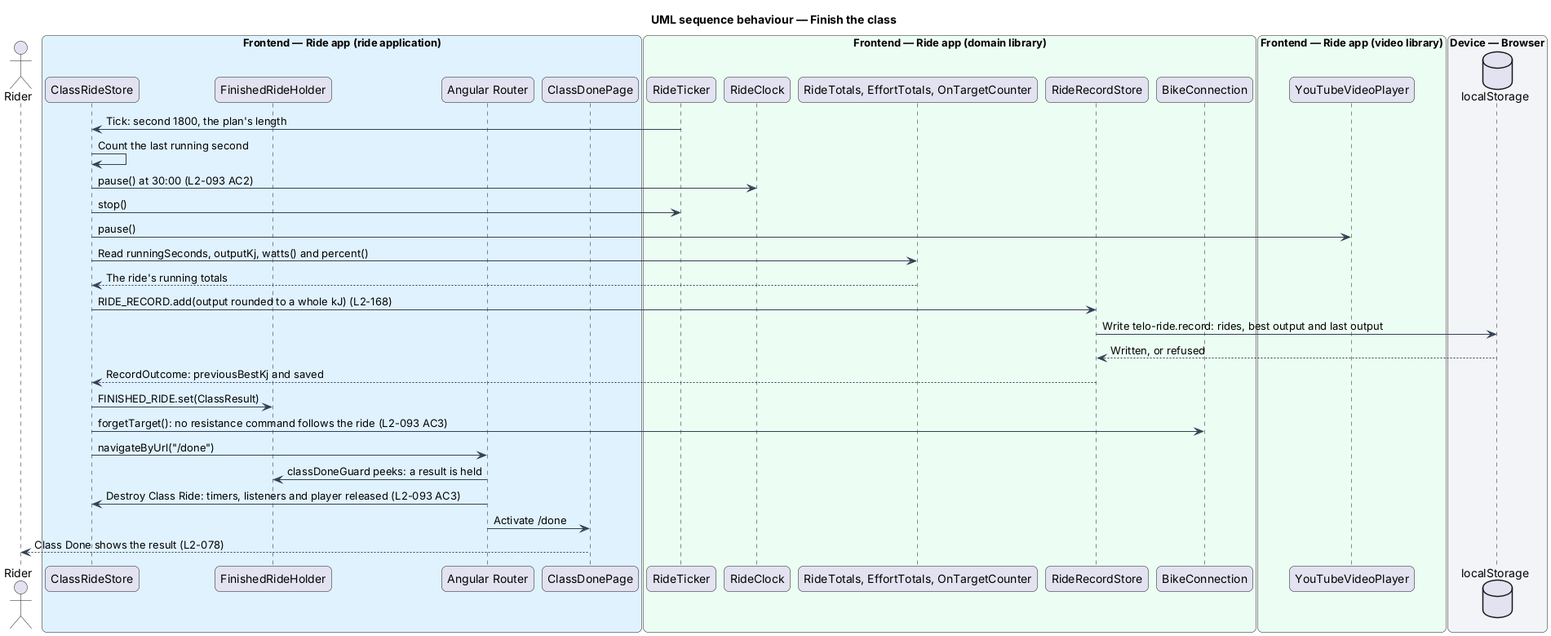
The PlantUML diagram docs/detailed-designs/class-ride/pause-leave-or-finish-the-class/diagrams/sequence-finish-the-class.png in QuinntyneBrown/ride-one, before a commit.
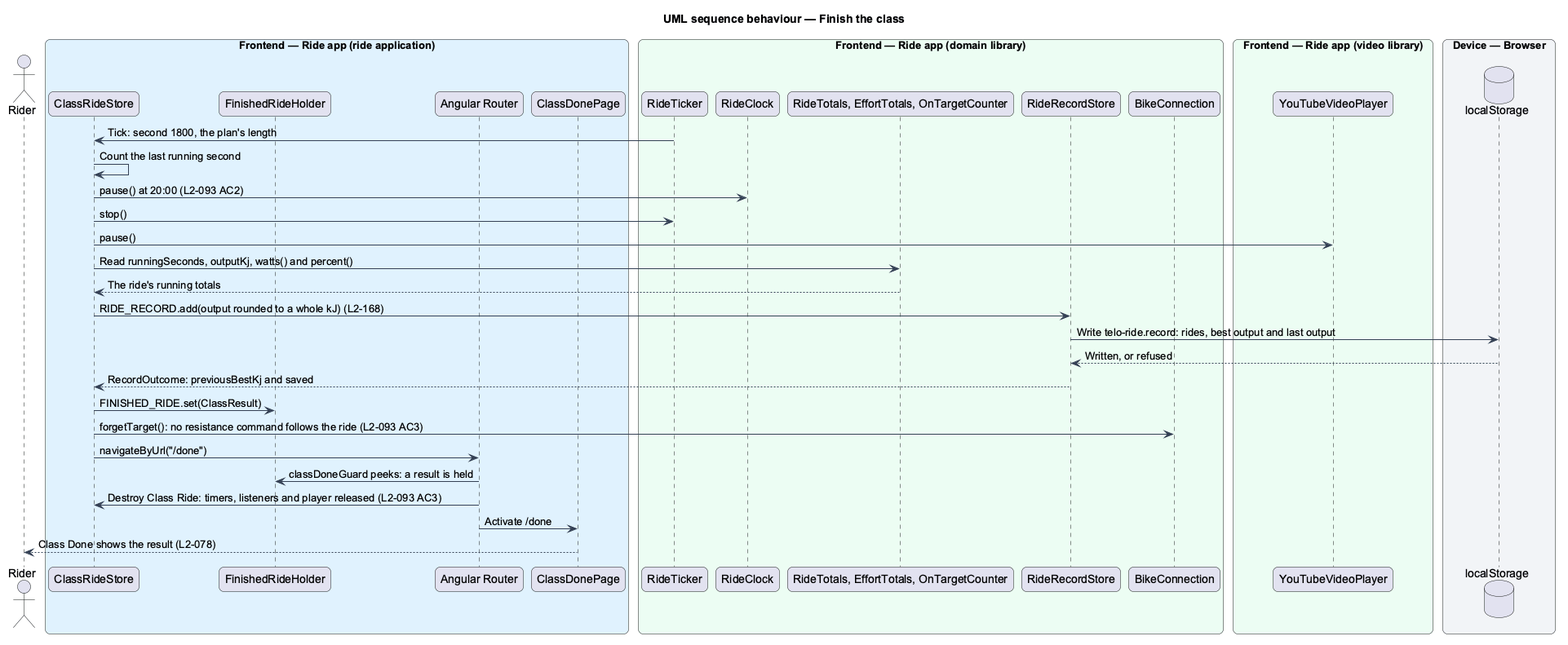
The same file after the commit.

The edit, as a diff of the source:
```diff
@@ -36,7 +36,7 @@
 end box
 ticker -> store : Tick: second 1800, the plan's length
 store -> store : Count the last running second
-store -> clock : pause() at 30:00 (L2-093 AC2)
+store -> clock : pause() at 20:00 (L2-093 AC2)
 store -> ticker : stop()
 store -> player : pause()
 store -> totals : Read runningSeconds, outputKj, watts() and percent()
```
